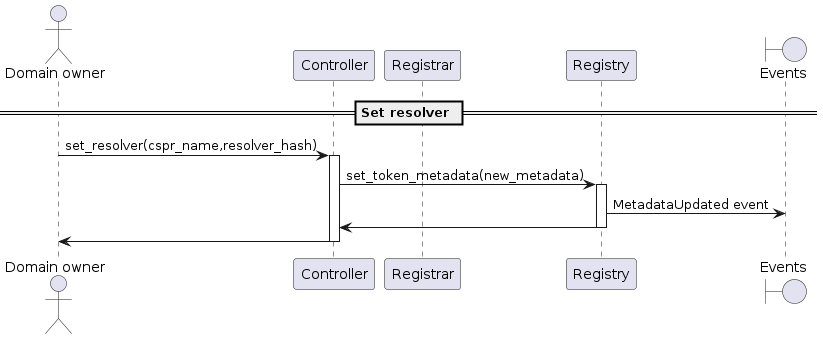
Before: docs/sequence-diagrams/puml/set-resolver.png, a diagram exported from PlantUML (make-software/cspr-name-contracts).
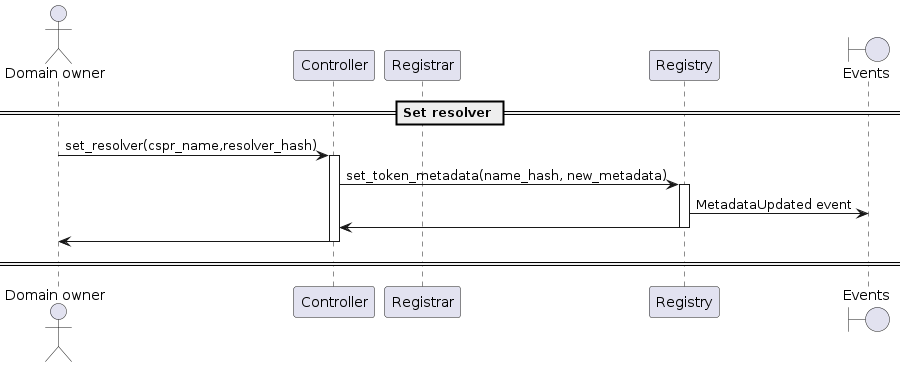
The same diagram one commit later.

Change to the diagram source:
```diff
@@ -11,11 +11,14 @@
 "Domain owner" -> Controller: set_resolver(cspr_name,resolver_hash)
 activate Controller
 
-Controller -> Registry: set_token_metadata(new_metadata)
+Controller -> Registry: set_token_metadata(name_hash, new_metadata)
 activate Registry
 Registry -> "Events": MetadataUpdated event
 Registry -> Controller
 deactivate Registry
 Controller -> "Domain owner"
 deactivate Controller
+
+== ==
+
 @enduml
```
